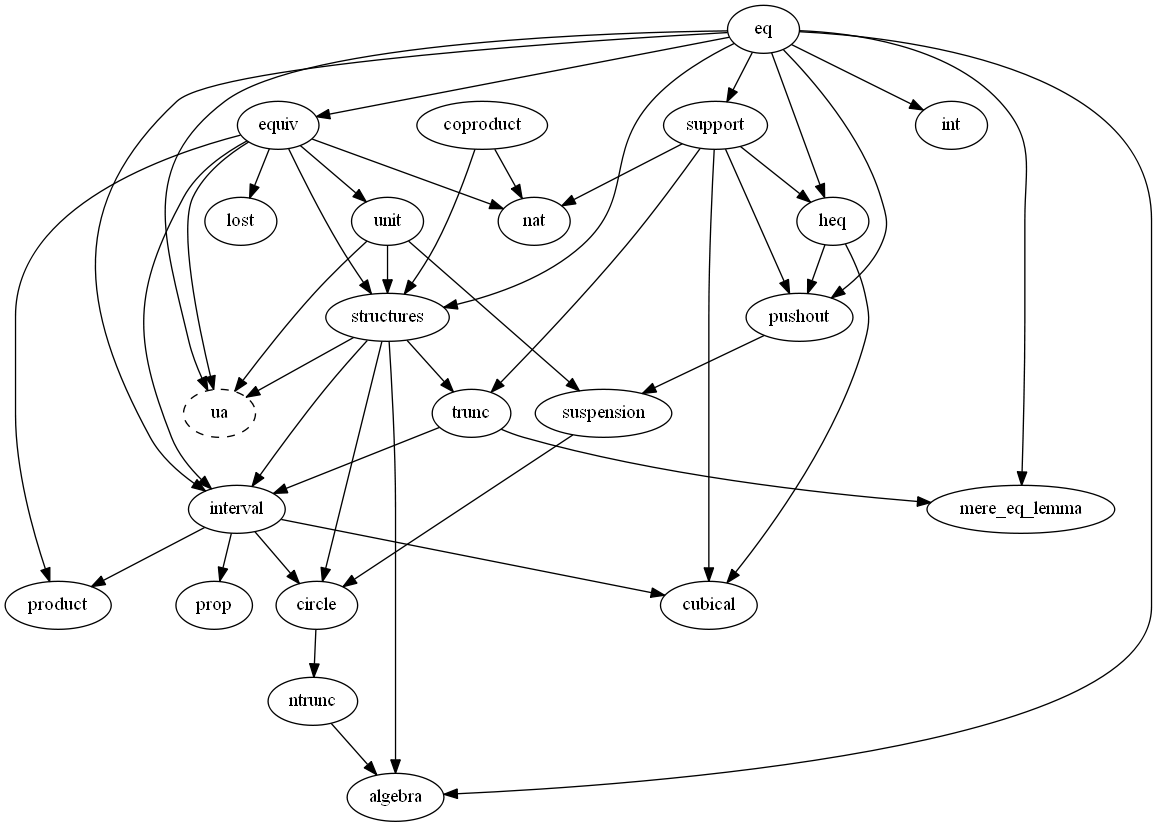
The Graphviz diagram dependency_map.png in forked-from-1kasper/ground_zero, before a commit. Its source is kept beside it as dependency_map.gv.
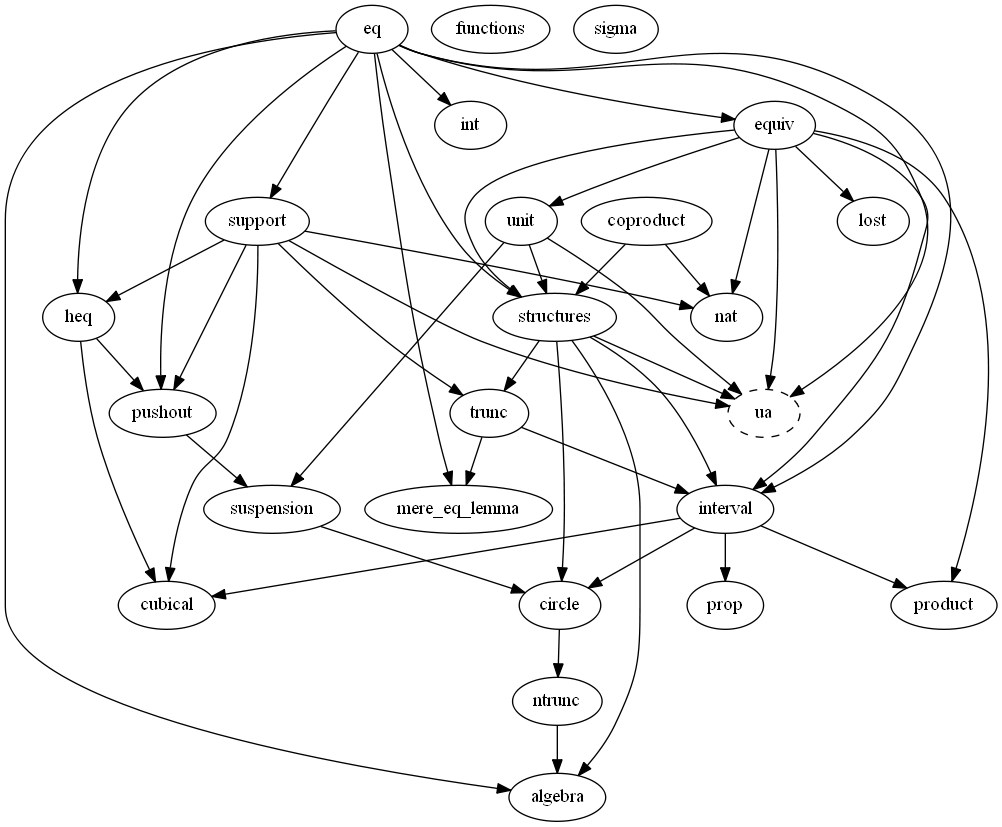
Above is the later version.

What changed in the source:
```diff
@@ -54,6 +54,7 @@
   eq -> ua
   structures -> ua
   unit -> ua
+  support -> ua
 
   equiv -> unit
 
@@ -62,4 +63,7 @@
   support -> nat
 
   equiv -> lost
+
+  functions
+  sigma
 }
```
